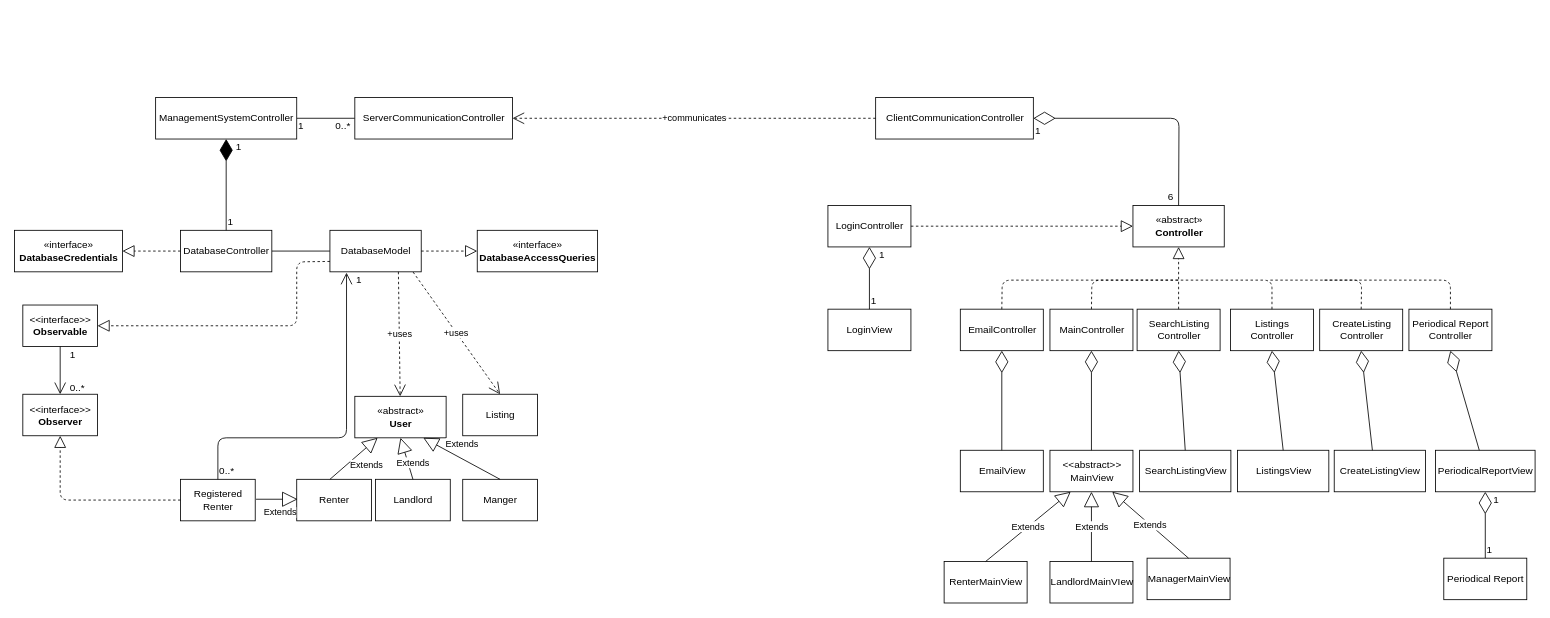
The draw.io diagram RelationshipsUMLDiagram.drawio in ryan-holt/ENSF480FinalProject, before the edit. Source tidied: cells renumbered, new cells numbered last; positions are measured from the earlier drawing's top-left corner, leaving out a move shared by most shapes. Both pictures are drawn from the tidied source at 83%, with x=0, y=0 at pixel (14, 97).
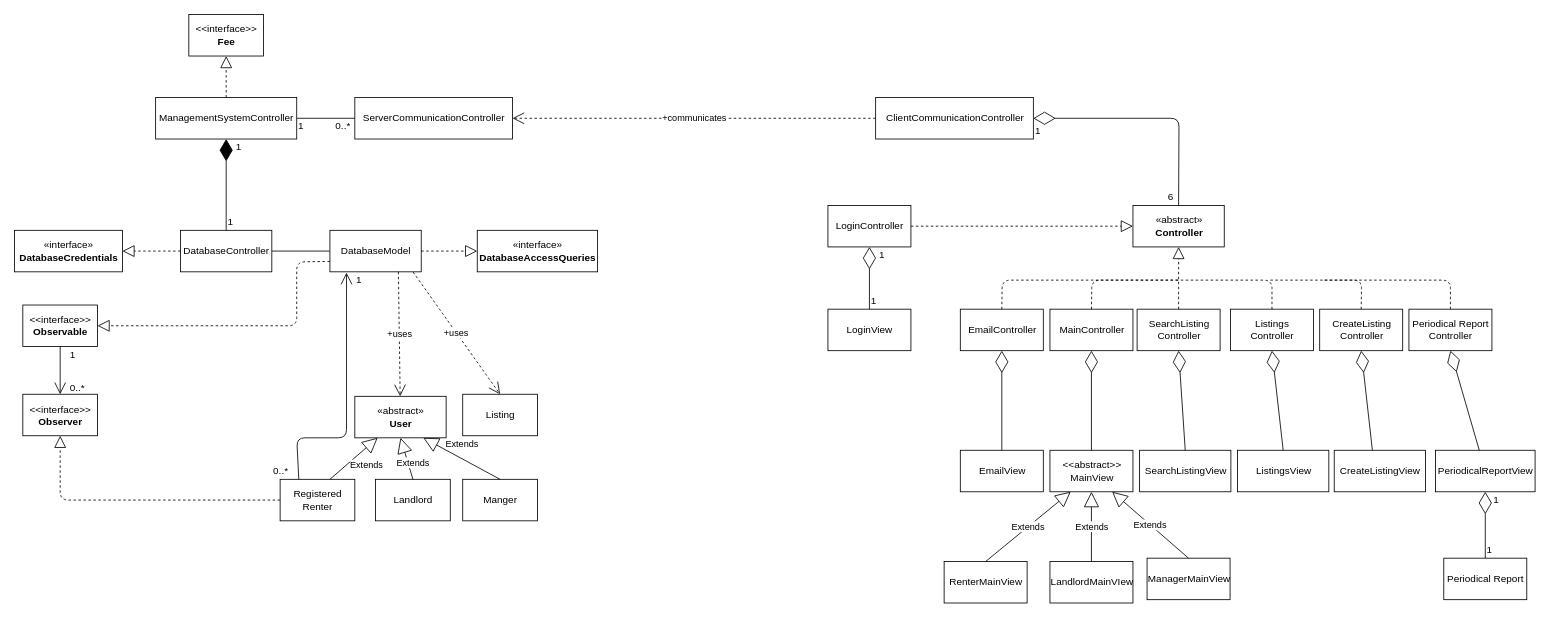
The same page after the edit.

The change refers to these unchanged cells:
```xml
<mxCell id="3" value="ManagementSystemController" style="html=1;" parent="1" vertex="1">
  <mxGeometry x="170" width="170" height="50" as="geometry" />
</mxCell>
```

What changed in the source:
```diff
@@
-    <mxCell id="25" value="Renter" style="html=1;" parent="1" vertex="1">
-      <mxGeometry x="340" y="460" width="90" height="50" as="geometry" />
-    </mxCell>
@@
     <mxCell id="28" value="Registered&lt;br&gt;Renter" style="html=1;" parent="1" vertex="1">
-      <mxGeometry x="200" y="460" width="90" height="50" as="geometry" />
+      <mxGeometry x="320" y="460" width="90" height="50" as="geometry" />
     </mxCell>
-    <mxCell id="29" value="Extends" style="endArrow=block;endSize=16;endFill=0;html=1;exitX=1;exitY=0.5;exitDx=0;exitDy=0;entryX=0;entryY=0.5;entryDx=0;entryDy=0;entryPerimeter=0;" parent="1" edge="1">
-      <mxGeometry x="0.16" y="-16" relative="1" as="geometry">
-        <mxPoint x="291" y="484" as="sourcePoint" />
-        <mxPoint x="341" y="484" as="targetPoint" />
-      </mxGeometry>
-    </mxCell>
@@
-    <mxCell id="57" style="endArrow=open;endFill=1;endSize=12;html=1;exitX=0.5;exitY=0;exitDx=0;exitDy=0;" parent="1" edge="1" source="28">
+    <mxCell id="57" style="endArrow=open;endFill=1;endSize=12;html=1;exitX=0.25;exitY=0;exitDx=0;exitDy=0;" parent="1" edge="1" source="28">
       <mxGeometry relative="1" as="geometry">
         <mxPoint x="400" y="211" as="targetPoint" />
         <Array as="points">
-          <mxPoint x="245" y="410" />
+          <mxPoint x="340" y="410" />
           <mxPoint x="400" y="410" />
         </Array>
       </mxGeometry>
     </mxCell>
     <mxCell id="58" value="0..*" style="text;html=1;align=left;verticalAlign=top;spacingTop=-4;" parent="1" vertex="1">
-      <mxGeometry x="245" y="440" width="30" height="20" as="geometry" />
+      <mxGeometry x="310" y="440" width="30" height="20" as="geometry" />
     </mxCell>
@@
+    <mxCell id="85" value="&amp;lt;&amp;lt;interface&amp;gt;&amp;gt;&lt;br&gt;&lt;b&gt;Fee&lt;/b&gt;" style="html=1;" parent="1" vertex="1">
+      <mxGeometry x="210" y="-100" width="90" height="50" as="geometry" />
+    </mxCell>
+    <mxCell id="86" style="endArrow=block;dashed=1;endFill=0;endSize=12;html=1;entryX=0.5;entryY=1;entryDx=0;entryDy=0;" parent="1" edge="1" source="3" target="85">
+      <mxGeometry relative="1" as="geometry" />
+    </mxCell>
```
